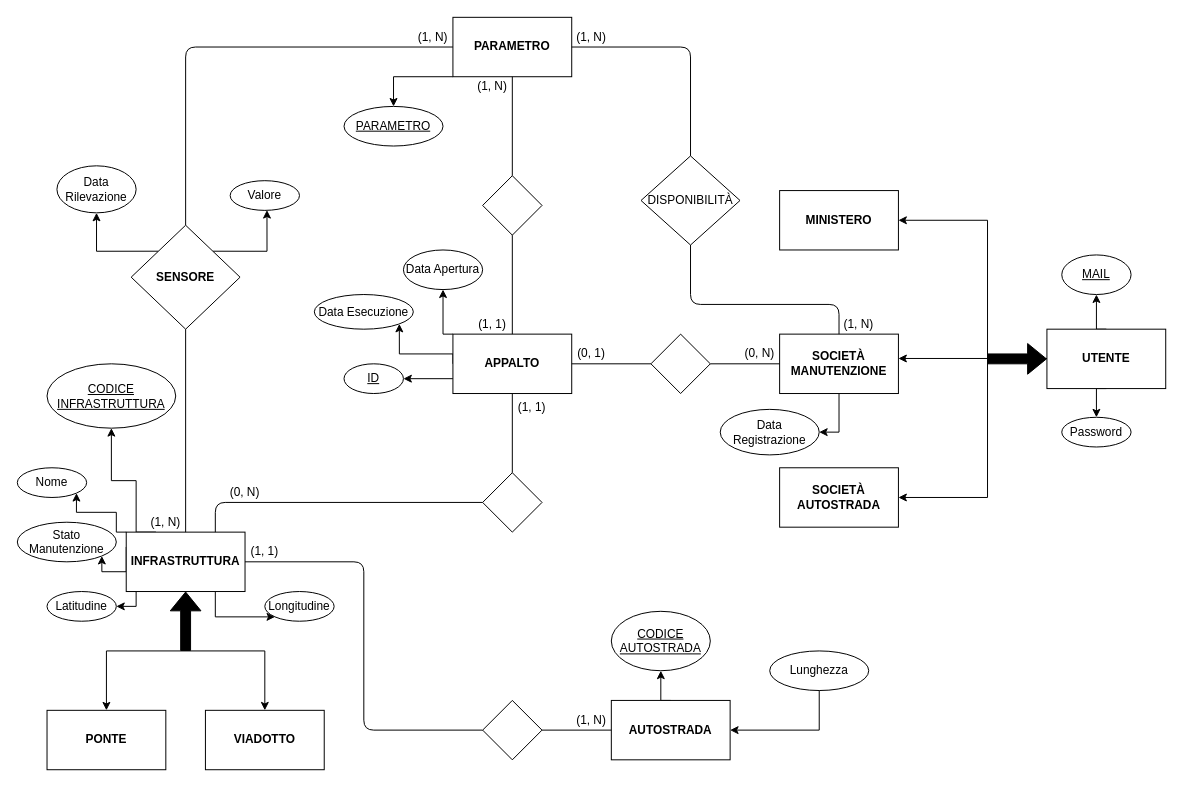
The draw.io diagram schemi/database/ER.drawio in LBartolini/Maturita2021, before the edit. Source tidied: cells renumbered, new cells numbered last; positions are measured from the earlier drawing's top-left corner, leaving out a move shared by most shapes. Both pictures are drawn from the tidied source at 99%, with x=0, y=0 at pixel (17, 17).
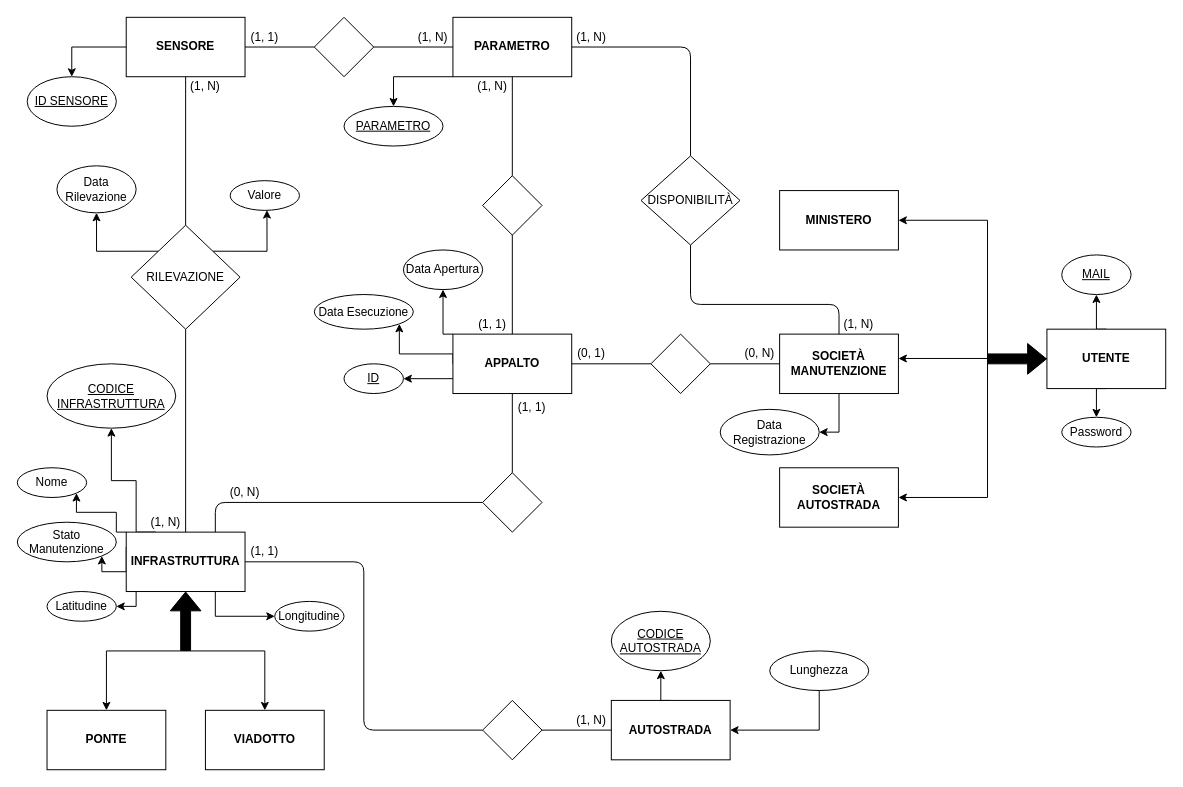
After the change.

Commit message (it also covers changes not shown here):
modifica er: sensori diventa entità

Unchanged cells that the change refers to:
```xml
<mxCell id="7" style="rounded=0;whiteSpace=wrap;html=1;" parent="1" vertex="1">
  <mxGeometry x="110" y="520" width="120" height="60" as="geometry" />
</mxCell>
<mxCell id="42" value="&lt;b&gt;PARAMETRO&lt;/b&gt;" style="rounded=0;whiteSpace=wrap;html=1;comic=0;" parent="1" vertex="1">
  <mxGeometry x="440" width="120" height="60" as="geometry" />
</mxCell>
<mxCell id="72" style="rhombus;whiteSpace=wrap;html=1;rounded=0;comic=0;" parent="1" vertex="1">
  <mxGeometry x="115" y="210" width="110" height="105" as="geometry" />
</mxCell>
```

The edit, as a diff of the source:
```diff
@@
-    <mxCell id="5" style="edgeStyle=orthogonalEdgeStyle;rounded=0;jettySize=auto;html=1;exitX=0.75;exitY=1;exitDx=0;exitDy=0;entryX=0;entryY=1;entryDx=0;entryDy=0;" parent="1" edge="1" source="7" target="80">
+    <mxCell id="5" style="edgeStyle=orthogonalEdgeStyle;rounded=0;jettySize=auto;html=1;exitX=0.75;exitY=1;exitDx=0;exitDy=0;entryX=0;entryY=0.5;entryDx=0;entryDy=0;" parent="1" edge="1" source="7" target="80">
       <mxGeometry relative="1" as="geometry" />
     </mxCell>
@@
-    <mxCell id="73" value="&lt;b&gt;SENSORE&lt;/b&gt;" style="text;html=1;strokeColor=none;fillColor=none;align=center;verticalAlign=middle;whiteSpace=wrap;rounded=0;comic=0;" parent="1" vertex="1">
+    <mxCell id="73" value="RILEVAZIONE" style="text;html=1;strokeColor=none;fillColor=none;align=center;verticalAlign=middle;whiteSpace=wrap;rounded=0;comic=0;" parent="1" vertex="1">
       <mxGeometry x="150" y="252.5" width="40" height="20" as="geometry" />
     </mxCell>
-    <mxCell id="74" style="endArrow=none;html=1;fillColor=#000000;entryX=0;entryY=0.5;entryDx=0;entryDy=0;exitX=0.5;exitY=0;exitDx=0;exitDy=0;" parent="1" edge="1" source="72" target="42">
-      <mxGeometry relative="1" as="geometry">
-        <Array as="points">
-          <mxPoint x="170" y="30" />
-        </Array>
-      </mxGeometry>
-    </mxCell>
@@
     <mxCell id="80" value="Longitudine" style="ellipse;whiteSpace=wrap;html=1;align=center;" parent="1" vertex="1">
-      <mxGeometry x="250" y="580" width="70" height="30" as="geometry" />
+      <mxGeometry x="260" y="590" width="70" height="30" as="geometry" />
     </mxCell>
@@
+    <mxCell id="93" value="&lt;b&gt;SENSORE&lt;/b&gt;" style="rounded=0;whiteSpace=wrap;html=1;comic=0;" parent="1" vertex="1">
+      <mxGeometry x="110" width="120" height="60" as="geometry" />
+    </mxCell>
+    <mxCell id="94" style="rhombus;whiteSpace=wrap;html=1;" parent="1" vertex="1">
+      <mxGeometry x="300" width="60" height="60" as="geometry" />
+    </mxCell>
+    <mxCell id="95" style="endArrow=none;html=1;entryX=1;entryY=0.5;entryDx=0;entryDy=0;exitX=0;exitY=0.5;exitDx=0;exitDy=0;" parent="1" edge="1" source="42" target="94">
+      <mxGeometry relative="1" as="geometry" />
+    </mxCell>
+    <mxCell id="96" style="endArrow=none;html=1;entryX=0;entryY=0.5;entryDx=0;entryDy=0;exitX=1;exitY=0.5;exitDx=0;exitDy=0;" parent="1" edge="1" source="93" target="94">
+      <mxGeometry relative="1" as="geometry" />
+    </mxCell>
+    <mxCell id="97" value="(1, 1)" style="text;html=1;strokeColor=none;fillColor=none;align=center;verticalAlign=middle;whiteSpace=wrap;rounded=0;" parent="1" vertex="1">
+      <mxGeometry x="230" y="10" width="40" height="20" as="geometry" />
+    </mxCell>
+    <mxCell id="98" style="endArrow=none;html=1;entryX=0.5;entryY=1;entryDx=0;entryDy=0;exitX=0.5;exitY=0;exitDx=0;exitDy=0;" parent="1" edge="1" source="72" target="93">
+      <mxGeometry relative="1" as="geometry" />
+    </mxCell>
+    <mxCell id="99" value="(1, N)" style="text;html=1;strokeColor=none;fillColor=none;align=center;verticalAlign=middle;whiteSpace=wrap;rounded=0;" parent="1" vertex="1">
+      <mxGeometry x="170" y="60" width="40" height="20" as="geometry" />
+    </mxCell>
+    <mxCell id="100" style="edgeStyle=orthogonalEdgeStyle;rounded=0;jettySize=auto;html=1;exitX=0;exitY=0.5;exitDx=0;exitDy=0;entryX=0.5;entryY=0;entryDx=0;entryDy=0;" parent="1" edge="1" source="93" target="101">
+      <mxGeometry relative="1" as="geometry">
+        <Array as="points">
+          <mxPoint x="55" y="30" />
+        </Array>
+      </mxGeometry>
+    </mxCell>
+    <mxCell id="101" value="&lt;u&gt;ID SENSORE&lt;/u&gt;" style="ellipse;whiteSpace=wrap;html=1;align=center;" parent="1" vertex="1">
+      <mxGeometry x="10" y="60" width="90" height="50" as="geometry" />
+    </mxCell>
```
